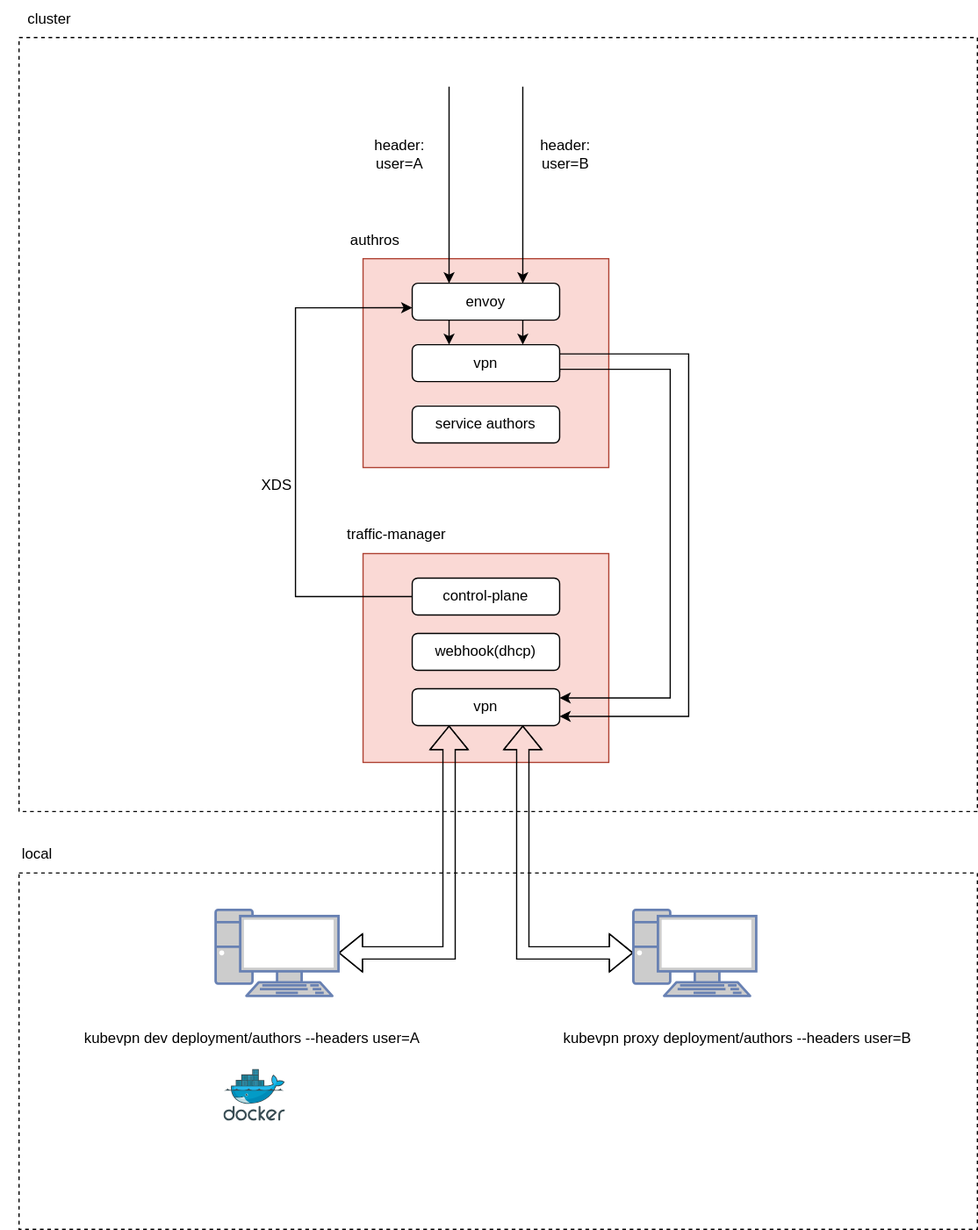
kubenetworks/kubenetworks.github.io keeps this draw.io diagram as docs/architecture/dev.svg. Above is the earlier version. Source tidied: cells renumbered, new cells last; positions are measured from the earlier drawing's top-left corner, leaving out a move shared by most shapes. Its diagram source:
```xml
<mxGraphModel>
  <root>
    <mxCell id="0" />
    <mxCell id="1" parent="0" />
    <mxCell id="2" style="rounded=0;whiteSpace=wrap;html=1;dashed=1;" parent="1" vertex="1">
      <mxGeometry x="15" y="710" width="780" height="290" as="geometry" />
    </mxCell>
    <mxCell id="3" style="rounded=0;whiteSpace=wrap;html=1;dashed=1;" parent="1" vertex="1">
      <mxGeometry x="15" y="30" width="780" height="630" as="geometry" />
    </mxCell>
    <mxCell id="4" style="rounded=0;whiteSpace=wrap;html=1;fillColor=#fad9d5;strokeColor=#ae4132;" parent="1" vertex="1">
      <mxGeometry x="295" y="210" width="200" height="170" as="geometry" />
    </mxCell>
    <mxCell id="5" style="rounded=0;whiteSpace=wrap;html=1;fillColor=#fad9d5;strokeColor=#ae4132;" parent="1" vertex="1">
      <mxGeometry x="295" y="450" width="200" height="170" as="geometry" />
    </mxCell>
    <mxCell id="6" style="edgeStyle=orthogonalEdgeStyle;rounded=0;jettySize=auto;html=1;entryX=0.2;entryY=0.235;entryDx=0;entryDy=0;entryPerimeter=0;exitX=0;exitY=0.5;exitDx=0;exitDy=0;curved=0;" parent="1" edge="1" source="9" target="4">
      <mxGeometry relative="1" as="geometry">
        <Array as="points">
          <mxPoint x="240" y="485" />
          <mxPoint x="240" y="250" />
        </Array>
      </mxGeometry>
    </mxCell>
    <mxCell id="7" value="webhook(dhcp)" style="rounded=1;whiteSpace=wrap;html=1;" parent="1" vertex="1">
      <mxGeometry x="335" y="515" width="120" height="30" as="geometry" />
    </mxCell>
    <mxCell id="8" value="vpn" style="rounded=1;whiteSpace=wrap;html=1;" parent="1" vertex="1">
      <mxGeometry x="335" y="560" width="120" height="30" as="geometry" />
    </mxCell>
    <mxCell id="9" value="control-plane" style="rounded=1;whiteSpace=wrap;html=1;" parent="1" vertex="1">
      <mxGeometry x="335" y="470" width="120" height="30" as="geometry" />
    </mxCell>
    <mxCell id="10" value="envoy" style="rounded=1;whiteSpace=wrap;html=1;" parent="1" vertex="1">
      <mxGeometry x="335" y="230" width="120" height="30" as="geometry" />
    </mxCell>
    <mxCell id="11" value="service authors" style="rounded=1;whiteSpace=wrap;html=1;" parent="1" vertex="1">
      <mxGeometry x="335" y="330" width="120" height="30" as="geometry" />
    </mxCell>
    <mxCell id="12" style="edgeStyle=orthogonalEdgeStyle;rounded=0;jettySize=auto;html=1;exitX=1;exitY=0.25;exitDx=0;exitDy=0;entryX=1;entryY=0.75;entryDx=0;entryDy=0;curved=0;" parent="1" edge="1" source="14" target="8">
      <mxGeometry relative="1" as="geometry">
        <Array as="points">
          <mxPoint x="560" y="288" />
          <mxPoint x="560" y="582" />
        </Array>
      </mxGeometry>
    </mxCell>
    <mxCell id="13" style="edgeStyle=orthogonalEdgeStyle;rounded=0;jettySize=auto;html=1;exitX=1;exitY=0.75;exitDx=0;exitDy=0;entryX=1;entryY=0.25;entryDx=0;entryDy=0;curved=0;" parent="1" edge="1" source="14" target="8">
      <mxGeometry relative="1" as="geometry">
        <Array as="points">
          <mxPoint x="455" y="300" />
          <mxPoint x="545" y="300" />
          <mxPoint x="545" y="568" />
        </Array>
      </mxGeometry>
    </mxCell>
    <mxCell id="14" value="vpn" style="rounded=1;whiteSpace=wrap;html=1;" parent="1" vertex="1">
      <mxGeometry x="335" y="280" width="120" height="30" as="geometry" />
    </mxCell>
    <mxCell id="15" style="endArrow=classic;html=1;rounded=0;entryX=0.25;entryY=0;entryDx=0;entryDy=0;" parent="1" edge="1" target="10">
      <mxGeometry relative="1" as="geometry">
        <mxPoint x="365" y="70" as="sourcePoint" />
      </mxGeometry>
    </mxCell>
    <mxCell id="16" style="endArrow=classic;html=1;rounded=0;entryX=0.75;entryY=0;entryDx=0;entryDy=0;" parent="1" edge="1" target="10">
      <mxGeometry relative="1" as="geometry">
        <mxPoint x="425" y="70" as="sourcePoint" />
      </mxGeometry>
    </mxCell>
    <mxCell id="17" value="header:&lt;div&gt;user=A&lt;/div&gt;" style="text;html=1;align=center;verticalAlign=middle;whiteSpace=wrap;rounded=0;" parent="1" vertex="1">
      <mxGeometry x="295" y="110" width="60" height="30" as="geometry" />
    </mxCell>
    <mxCell id="18" value="header:&lt;div&gt;user=B&lt;/div&gt;" style="text;html=1;align=center;verticalAlign=middle;whiteSpace=wrap;rounded=0;" parent="1" vertex="1">
      <mxGeometry x="430" y="110" width="60" height="30" as="geometry" />
    </mxCell>
    <mxCell id="19" style="edgeStyle=orthogonalEdgeStyle;rounded=0;jettySize=auto;html=1;entryX=0.25;entryY=1;entryDx=0;entryDy=0;startArrow=classic;startFill=1;shape=flexArrow;" parent="1" edge="1" source="20" target="8">
      <mxGeometry relative="1" as="geometry" />
    </mxCell>
    <mxCell id="20" style="fontColor=#0066CC;verticalAlign=top;verticalLabelPosition=bottom;labelPosition=center;align=center;html=1;outlineConnect=0;fillColor=#CCCCCC;strokeColor=#6881B3;gradientColor=none;gradientDirection=north;strokeWidth=2;shape=mxgraph.networks.pc;" parent="1" vertex="1">
      <mxGeometry x="175" y="740" width="100" height="70" as="geometry" />
    </mxCell>
    <mxCell id="21" style="edgeStyle=orthogonalEdgeStyle;rounded=0;jettySize=auto;html=1;entryX=0.75;entryY=1;entryDx=0;entryDy=0;startArrow=classic;startFill=1;shape=flexArrow;" parent="1" edge="1" source="22" target="8">
      <mxGeometry relative="1" as="geometry" />
    </mxCell>
    <mxCell id="22" style="fontColor=#0066CC;verticalAlign=top;verticalLabelPosition=bottom;labelPosition=center;align=center;html=1;outlineConnect=0;fillColor=#CCCCCC;strokeColor=#6881B3;gradientColor=none;gradientDirection=north;strokeWidth=2;shape=mxgraph.networks.pc;" parent="1" vertex="1">
      <mxGeometry x="515" y="740" width="100" height="70" as="geometry" />
    </mxCell>
    <mxCell id="23" value="kubevpn dev deployment/authors --headers user=A" style="text;html=1;align=center;verticalAlign=middle;whiteSpace=wrap;rounded=0;" parent="1" vertex="1">
      <mxGeometry x="55" y="830" width="300" height="30" as="geometry" />
    </mxCell>
    <mxCell id="24" value="kubevpn proxy deployment/authors --headers user=B" style="text;html=1;align=center;verticalAlign=middle;whiteSpace=wrap;rounded=0;" parent="1" vertex="1">
      <mxGeometry x="445" y="830" width="310" height="30" as="geometry" />
    </mxCell>
    <mxCell id="25" style="edgeStyle=orthogonalEdgeStyle;rounded=0;jettySize=auto;html=1;exitX=0.25;exitY=1;exitDx=0;exitDy=0;entryX=0.25;entryY=0;entryDx=0;entryDy=0;" parent="1" edge="1" source="10" target="14">
      <mxGeometry relative="1" as="geometry" />
    </mxCell>
    <mxCell id="26" style="edgeStyle=orthogonalEdgeStyle;rounded=0;jettySize=auto;html=1;exitX=0.75;exitY=1;exitDx=0;exitDy=0;entryX=0.75;entryY=0;entryDx=0;entryDy=0;" parent="1" edge="1" source="10" target="14">
      <mxGeometry relative="1" as="geometry" />
    </mxCell>
    <mxCell id="27" value="XDS" style="text;html=1;align=center;verticalAlign=middle;whiteSpace=wrap;rounded=0;" parent="1" vertex="1">
      <mxGeometry x="195" y="380" width="60" height="30" as="geometry" />
    </mxCell>
    <mxCell id="28" value="traffic-manager" style="text;html=1;align=center;verticalAlign=middle;whiteSpace=wrap;rounded=0;" parent="1" vertex="1">
      <mxGeometry x="275" y="420" width="95" height="30" as="geometry" />
    </mxCell>
    <mxCell id="29" value="authros" style="text;html=1;align=center;verticalAlign=middle;whiteSpace=wrap;rounded=0;" parent="1" vertex="1">
      <mxGeometry x="270" y="180" width="70" height="30" as="geometry" />
    </mxCell>
    <mxCell id="30" style="image;sketch=0;html=1;align=center;fontSize=12;image=img/lib/mscae/Docker.svg;" parent="1" vertex="1">
      <mxGeometry x="181.8" y="870" width="73.2" height="60" as="geometry" />
    </mxCell>
    <mxCell id="31" value="cluster" style="text;html=1;align=center;verticalAlign=middle;whiteSpace=wrap;rounded=0;" parent="1" vertex="1">
      <mxGeometry x="10" width="60" height="30" as="geometry" />
    </mxCell>
    <mxCell id="32" value="local" style="text;html=1;align=center;verticalAlign=middle;whiteSpace=wrap;rounded=0;" parent="1" vertex="1">
      <mxGeometry y="680" width="60" height="30" as="geometry" />
    </mxCell>
  </root>
</mxGraphModel>
```
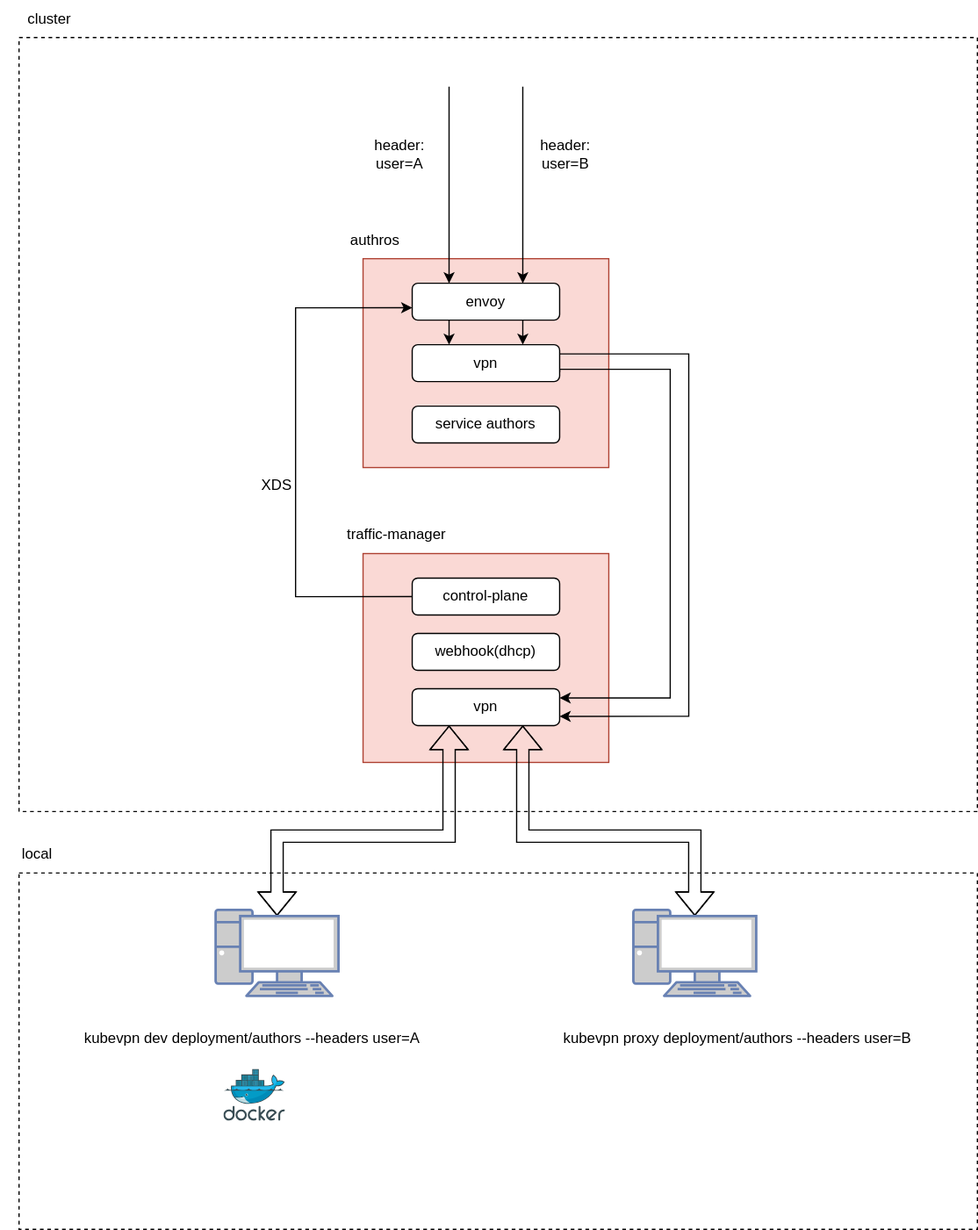
After the commit.

What changed in the source:
```diff
@@ -73,14 +73,24 @@
     <mxCell id="18" value="header:&lt;div&gt;user=B&lt;/div&gt;" style="text;html=1;align=center;verticalAlign=middle;whiteSpace=wrap;rounded=0;" parent="1" vertex="1">
       <mxGeometry x="430" y="110" width="60" height="30" as="geometry" />
     </mxCell>
-    <mxCell id="19" style="edgeStyle=orthogonalEdgeStyle;rounded=0;jettySize=auto;html=1;entryX=0.25;entryY=1;entryDx=0;entryDy=0;startArrow=classic;startFill=1;shape=flexArrow;" parent="1" edge="1" source="20" target="8">
-      <mxGeometry relative="1" as="geometry" />
+    <mxCell id="19" style="edgeStyle=orthogonalEdgeStyle;rounded=0;jettySize=auto;html=1;entryX=0.25;entryY=1;entryDx=0;entryDy=0;startArrow=classic;startFill=1;shape=flexArrow;exitX=0.5;exitY=0.07;exitDx=0;exitDy=0;exitPerimeter=0;" parent="1" edge="1" source="20" target="8">
+      <mxGeometry relative="1" as="geometry">
+        <Array as="points">
+          <mxPoint x="225" y="680" />
+          <mxPoint x="365" y="680" />
+        </Array>
+      </mxGeometry>
     </mxCell>
     <mxCell id="20" style="fontColor=#0066CC;verticalAlign=top;verticalLabelPosition=bottom;labelPosition=center;align=center;html=1;outlineConnect=0;fillColor=#CCCCCC;strokeColor=#6881B3;gradientColor=none;gradientDirection=north;strokeWidth=2;shape=mxgraph.networks.pc;" parent="1" vertex="1">
       <mxGeometry x="175" y="740" width="100" height="70" as="geometry" />
     </mxCell>
-    <mxCell id="21" style="edgeStyle=orthogonalEdgeStyle;rounded=0;jettySize=auto;html=1;entryX=0.75;entryY=1;entryDx=0;entryDy=0;startArrow=classic;startFill=1;shape=flexArrow;" parent="1" edge="1" source="22" target="8">
-      <mxGeometry relative="1" as="geometry" />
+    <mxCell id="21" style="edgeStyle=orthogonalEdgeStyle;rounded=0;jettySize=auto;html=1;entryX=0.75;entryY=1;entryDx=0;entryDy=0;startArrow=classic;startFill=1;shape=flexArrow;exitX=0.5;exitY=0.07;exitDx=0;exitDy=0;exitPerimeter=0;" parent="1" edge="1" source="22" target="8">
+      <mxGeometry relative="1" as="geometry">
+        <Array as="points">
+          <mxPoint x="565" y="680" />
+          <mxPoint x="425" y="680" />
+        </Array>
+      </mxGeometry>
     </mxCell>
     <mxCell id="22" style="fontColor=#0066CC;verticalAlign=top;verticalLabelPosition=bottom;labelPosition=center;align=center;html=1;outlineConnect=0;fillColor=#CCCCCC;strokeColor=#6881B3;gradientColor=none;gradientDirection=north;strokeWidth=2;shape=mxgraph.networks.pc;" parent="1" vertex="1">
       <mxGeometry x="515" y="740" width="100" height="70" as="geometry" />
```
